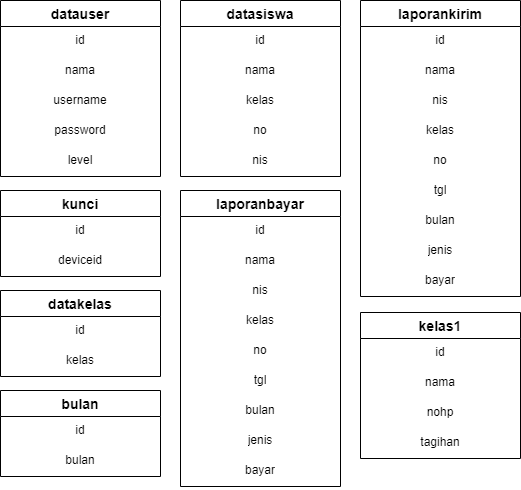
Dityaren/Diagram keeps this draw.io diagram as ERD.drawio.png. Above is the earlier version. Source tidied: cells renumbered, new cells last; positions are measured from the earlier drawing's top-left corner, leaving out a move shared by most shapes.
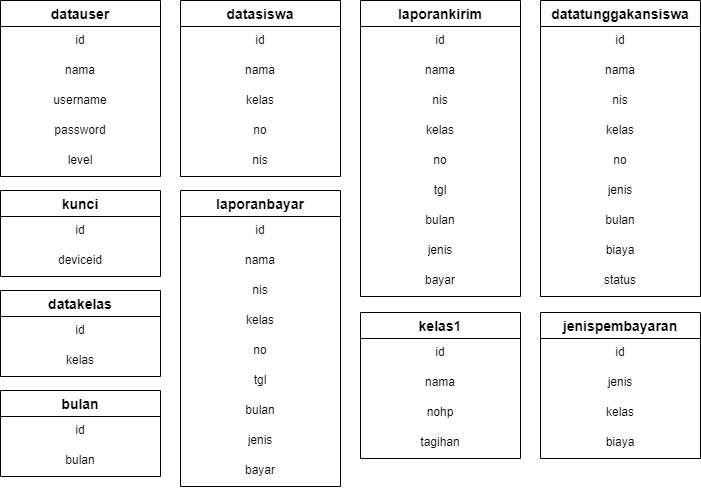
After the commit.

Change to the diagram source:
```diff
@@ -140,5 +140,50 @@
     <mxCell id="47" value="tagihan" style="text;strokeColor=none;fillColor=none;spacingLeft=4;spacingRight=4;overflow=hidden;fontSize=12;align=center;" parent="43" vertex="1">
       <mxGeometry y="116" width="160" height="30" as="geometry" />
     </mxCell>
+    <mxCell id="48" value="datatunggakansiswa" style="swimlane;fontStyle=1;horizontal=1;startSize=26;align=center;fontSize=14;" parent="1" vertex="1">
+      <mxGeometry x="540" width="160" height="296" as="geometry" />
+    </mxCell>
+    <mxCell id="49" value="id" style="text;strokeColor=none;fillColor=none;spacingLeft=4;spacingRight=4;overflow=hidden;fontSize=12;align=center;" parent="48" vertex="1">
+      <mxGeometry y="26" width="160" height="30" as="geometry" />
+    </mxCell>
+    <mxCell id="50" value="nama" style="text;strokeColor=none;fillColor=none;spacingLeft=4;spacingRight=4;overflow=hidden;fontSize=12;align=center;" parent="48" vertex="1">
+      <mxGeometry y="56" width="160" height="30" as="geometry" />
+    </mxCell>
+    <mxCell id="51" value="nis" style="text;strokeColor=none;fillColor=none;spacingLeft=4;spacingRight=4;overflow=hidden;fontSize=12;align=center;" parent="48" vertex="1">
+      <mxGeometry y="86" width="160" height="30" as="geometry" />
+    </mxCell>
+    <mxCell id="52" value="kelas" style="text;strokeColor=none;fillColor=none;spacingLeft=4;spacingRight=4;overflow=hidden;fontSize=12;align=center;html=1;" parent="48" vertex="1">
+      <mxGeometry y="116" width="160" height="30" as="geometry" />
+    </mxCell>
+    <mxCell id="53" value="no" style="text;strokeColor=none;fillColor=none;spacingLeft=4;spacingRight=4;overflow=hidden;fontSize=12;align=center;html=1;" parent="48" vertex="1">
+      <mxGeometry y="146" width="160" height="30" as="geometry" />
+    </mxCell>
+    <mxCell id="54" value="jenis" style="text;strokeColor=none;fillColor=none;spacingLeft=4;spacingRight=4;overflow=hidden;fontSize=12;align=center;html=1;" parent="48" vertex="1">
+      <mxGeometry y="176" width="160" height="30" as="geometry" />
+    </mxCell>
+    <mxCell id="55" value="bulan" style="text;strokeColor=none;fillColor=none;spacingLeft=4;spacingRight=4;overflow=hidden;fontSize=12;align=center;html=1;" parent="48" vertex="1">
+      <mxGeometry y="206" width="160" height="30" as="geometry" />
+    </mxCell>
+    <mxCell id="56" value="biaya" style="text;strokeColor=none;fillColor=none;spacingLeft=4;spacingRight=4;overflow=hidden;fontSize=12;align=center;html=1;" parent="48" vertex="1">
+      <mxGeometry y="236" width="160" height="30" as="geometry" />
+    </mxCell>
+    <mxCell id="57" value="status" style="text;strokeColor=none;fillColor=none;spacingLeft=4;spacingRight=4;overflow=hidden;fontSize=12;align=center;html=1;" parent="48" vertex="1">
+      <mxGeometry y="266" width="160" height="30" as="geometry" />
+    </mxCell>
+    <mxCell id="58" value="jenispembayaran" style="swimlane;fontStyle=1;horizontal=1;startSize=26;align=center;fontSize=14;" parent="1" vertex="1">
+      <mxGeometry x="540" y="312" width="160" height="146" as="geometry" />
+    </mxCell>
+    <mxCell id="59" value="id" style="text;strokeColor=none;fillColor=none;spacingLeft=4;spacingRight=4;overflow=hidden;fontSize=12;align=center;" parent="58" vertex="1">
+      <mxGeometry y="26" width="160" height="30" as="geometry" />
+    </mxCell>
+    <mxCell id="60" value="jenis" style="text;strokeColor=none;fillColor=none;spacingLeft=4;spacingRight=4;overflow=hidden;fontSize=12;align=center;" parent="58" vertex="1">
+      <mxGeometry y="56" width="160" height="30" as="geometry" />
+    </mxCell>
+    <mxCell id="61" value="kelas" style="text;strokeColor=none;fillColor=none;spacingLeft=4;spacingRight=4;overflow=hidden;fontSize=12;align=center;" parent="58" vertex="1">
+      <mxGeometry y="86" width="160" height="30" as="geometry" />
+    </mxCell>
+    <mxCell id="62" value="biaya" style="text;strokeColor=none;fillColor=none;spacingLeft=4;spacingRight=4;overflow=hidden;fontSize=12;align=center;" parent="58" vertex="1">
+      <mxGeometry y="116" width="160" height="30" as="geometry" />
+    </mxCell>
   </root>
 </mxGraphModel>
```
